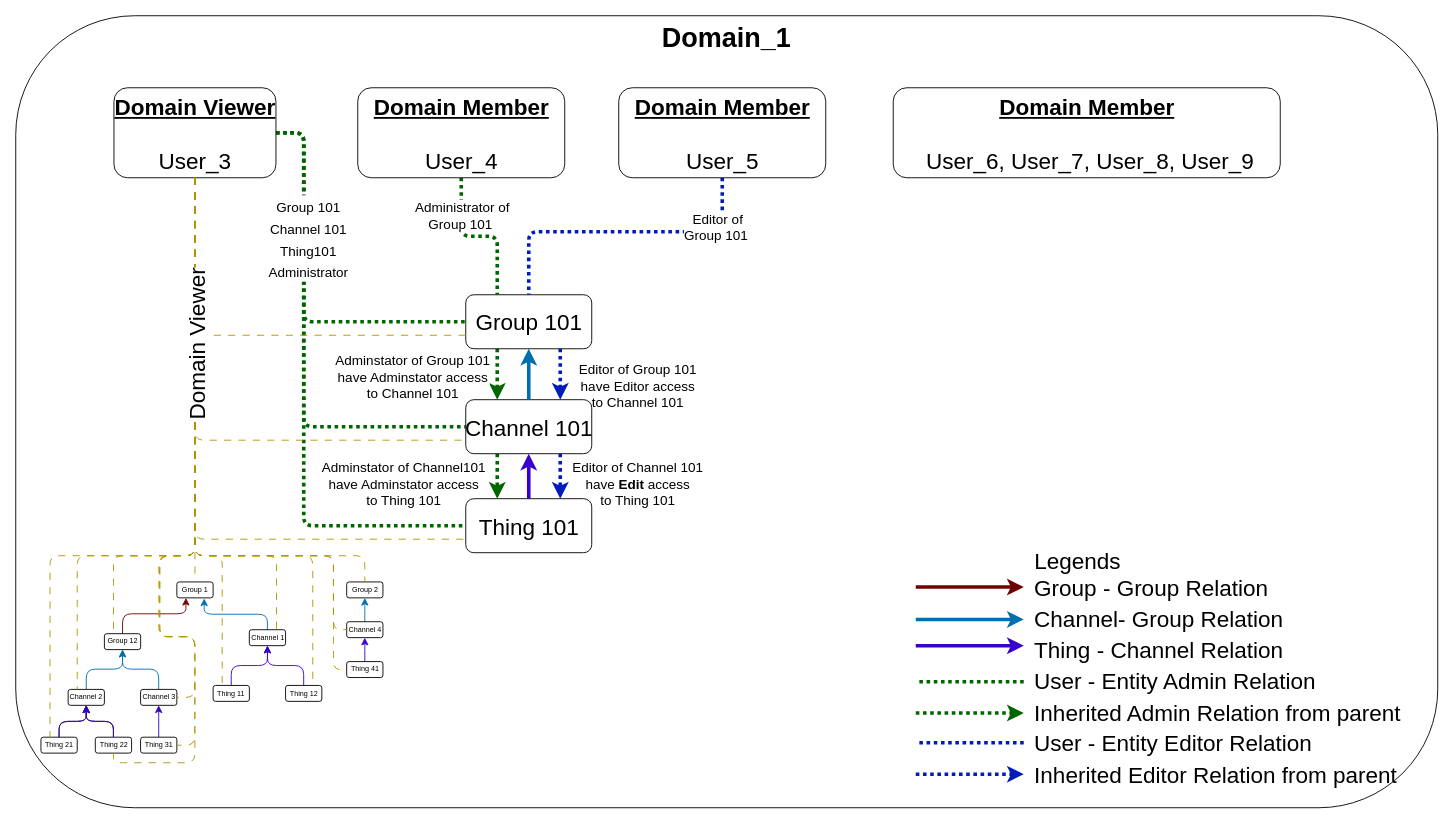
Above: docs/diagrams/group_users_editor.drawio in absmach/supermq-docs (draw.io), before the change. Source tidied: cells renumbered, new cells numbered last; positions are measured from the earlier drawing's top-left corner, leaving out a move shared by most shapes. Both pictures are drawn from the tidied source at 90%, with x=0, y=0 at pixel (15, 15).
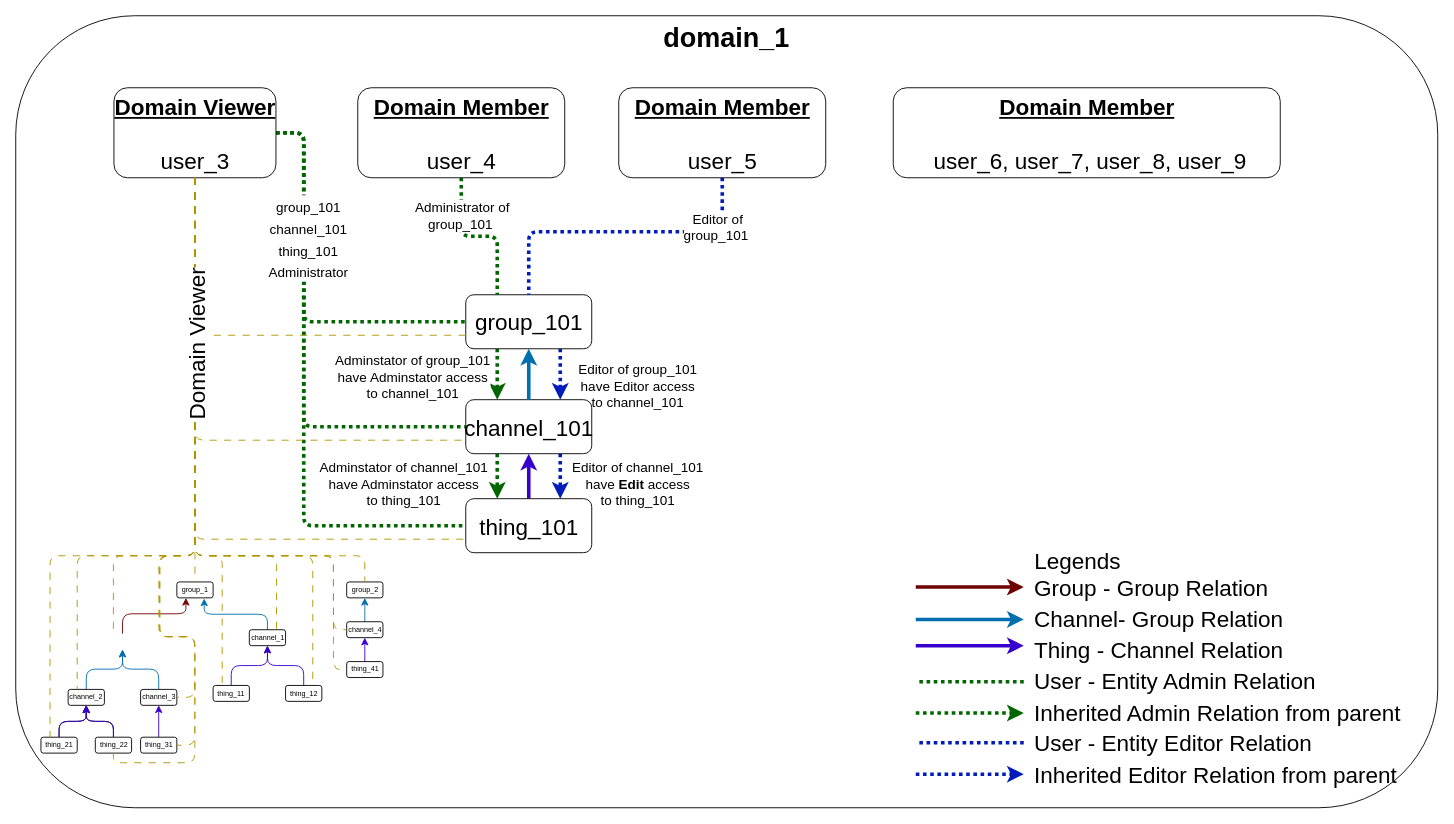
Above is the later version.

Unchanged cells that the change refers to:
```xml
<mxCell id="8" style="group;fontSize=8;" parent="7" vertex="1">
  <mxGeometry x="28" y="607" width="380" height="230" as="geometry" />
</mxCell>
<mxCell id="44" style="edgeStyle=orthogonalEdgeStyle;html=1;entryX=0;entryY=0.5;entryDx=0;entryDy=0;dashed=1;dashPattern=1 1;strokeColor=#006600;strokeWidth=4;fontSize=20;endArrow=none;endFill=0;" parent="35" edge="1" source="46" target="93">
  <mxGeometry relative="1" as="geometry">
    <Array as="points">
      <mxPoint x="320" y="130" />
      <mxPoint x="320" y="567" />
    </Array>
  </mxGeometry>
</mxCell>
<mxCell id="57" style="edgeStyle=orthogonalEdgeStyle;html=1;exitX=0.25;exitY=1;exitDx=0;exitDy=0;entryX=0.25;entryY=0;entryDx=0;entryDy=0;dashed=1;dashPattern=1 1;strokeWidth=4;endArrow=classic;endFill=1;fillColor=#fa6800;strokeColor=#006600;" parent="35" edge="1" source="61" target="66">
  <mxGeometry relative="1" as="geometry" />
</mxCell>
<mxCell id="59" style="edgeStyle=orthogonalEdgeStyle;html=1;exitX=0.75;exitY=1;exitDx=0;exitDy=0;entryX=0.75;entryY=0;entryDx=0;entryDy=0;dashed=1;dashPattern=1 1;strokeWidth=4;fillColor=#0050ef;strokeColor=#001DBC;" parent="35" edge="1" source="61" target="66">
  <mxGeometry relative="1" as="geometry">
    <Array as="points">
      <mxPoint x="605" y="400" />
      <mxPoint x="605" y="400" />
    </Array>
  </mxGeometry>
</mxCell>
<mxCell id="62" style="edgeStyle=orthogonalEdgeStyle;html=1;exitX=0.25;exitY=1;exitDx=0;exitDy=0;entryX=0.25;entryY=0;entryDx=0;entryDy=0;dashed=1;dashPattern=1 1;strokeWidth=4;endArrow=classic;endFill=1;fillColor=#fa6800;strokeColor=#006600;" parent="35" edge="1" source="66" target="93">
  <mxGeometry relative="1" as="geometry" />
</mxCell>
<mxCell id="64" style="edgeStyle=none;html=1;exitX=0.75;exitY=1;exitDx=0;exitDy=0;entryX=0.75;entryY=0;entryDx=0;entryDy=0;fillColor=#0050ef;strokeColor=#001DBC;dashed=1;dashPattern=1 1;strokeWidth=4;" parent="35" edge="1" source="66" target="93">
  <mxGeometry relative="1" as="geometry" />
</mxCell>
<mxCell id="67" style="edgeStyle=orthogonalEdgeStyle;html=1;entryX=0.25;entryY=0;entryDx=0;entryDy=0;dashed=1;dashPattern=1 1;strokeWidth=4;endArrow=none;endFill=0;fillColor=#fa6800;strokeColor=#006600;" parent="35" edge="1" source="69" target="61">
  <mxGeometry relative="1" as="geometry" />
</mxCell>
<mxCell id="70" style="edgeStyle=orthogonalEdgeStyle;html=1;dashed=1;dashPattern=1 1;strokeWidth=4;endArrow=none;endFill=0;fillColor=#0050ef;strokeColor=#001DBC;" parent="35" edge="1" source="72" target="61">
  <mxGeometry relative="1" as="geometry">
    <Array as="points">
      <mxPoint x="785" y="240" />
      <mxPoint x="570" y="240" />
    </Array>
  </mxGeometry>
</mxCell>
```

The edit, as a diff of the source:
```diff
@@
-    <mxCell id="6" value="&lt;font style=&quot;font-size: 30px;&quot;&gt;&lt;b style=&quot;&quot;&gt;Domain_1&lt;/b&gt;&lt;/font&gt;" style="rounded=1;whiteSpace=wrap;html=1;verticalAlign=top;fillColor=default;" parent="5" vertex="1">
+    <mxCell id="6" value="&lt;font style=&quot;font-size: 30px;&quot;&gt;&lt;b style=&quot;&quot;&gt;domain_1&lt;/b&gt;&lt;/font&gt;" style="rounded=1;whiteSpace=wrap;html=1;verticalAlign=top;fillColor=default;" parent="5" vertex="1">
       <mxGeometry width="1580" height="880" as="geometry" />
     </mxCell>
@@
-    <mxCell id="9" value="Group 1" style="rounded=1;html=1;fontSize=8;" parent="8" vertex="1">
+    <mxCell id="9" value="group_1" style="rounded=1;html=1;fontSize=8;" parent="8" vertex="1">
       <mxGeometry x="151" y="22.1" width="40.3" height="17.7" as="geometry" />
     </mxCell>
-    <mxCell id="10" style="edgeStyle=elbowEdgeStyle;rounded=1;elbow=vertical;html=1;entryX=0.25;entryY=1;entryDx=0;entryDy=0;fontSize=8;fillColor=#a20025;strokeColor=#6F0000;" parent="8" edge="1" source="11" target="9">
+    <mxCell id="10" style="edgeStyle=elbowEdgeStyle;rounded=1;elbow=vertical;html=1;entryX=0.25;entryY=1;entryDx=0;entryDy=0;fontSize=8;fillColor=#a20025;strokeColor=#6F0000;" parent="8" edge="1" target="9">
       <mxGeometry relative="1" as="geometry">
+        <mxPoint x="90.6" y="79.6" as="sourcePoint" />
         <Array as="points">
           <mxPoint x="130.9" y="57.5" />
         </Array>
       </mxGeometry>
     </mxCell>
-    <mxCell id="11" value="Group 12" style="rounded=1;whiteSpace=wrap;html=1;fontSize=8;" parent="8" vertex="1">
-      <mxGeometry x="70.5" y="79.6" width="40.3" height="17.7" as="geometry" />
-    </mxCell>
-    <mxCell id="12" style="edgeStyle=elbowEdgeStyle;html=1;entryX=0.5;entryY=1;entryDx=0;entryDy=0;fontSize=8;elbow=vertical;fillColor=#1ba1e2;strokeColor=#006EAF;" parent="8" edge="1" source="13" target="11">
-      <mxGeometry relative="1" as="geometry" />
+    <mxCell id="12" style="edgeStyle=elbowEdgeStyle;html=1;entryX=0.5;entryY=1;entryDx=0;entryDy=0;fontSize=8;elbow=vertical;fillColor=#1ba1e2;strokeColor=#006EAF;" parent="8" edge="1" source="13">
+      <mxGeometry relative="1" as="geometry">
+        <mxPoint x="90.6" y="97.3" as="targetPoint" />
+      </mxGeometry>
     </mxCell>
-    <mxCell id="13" value="Channel 2" style="rounded=1;html=1;fontSize=8;" parent="8" vertex="1">
+    <mxCell id="13" value="channel_2" style="rounded=1;html=1;fontSize=8;" parent="8" vertex="1">
       <mxGeometry x="30.2" y="141.5" width="40.3" height="17.7" as="geometry" />
     </mxCell>
-    <mxCell id="14" style="edgeStyle=elbowEdgeStyle;rounded=1;elbow=vertical;html=1;fontSize=8;fillColor=#1ba1e2;strokeColor=#006EAF;" parent="8" edge="1" source="15" target="11">
-      <mxGeometry relative="1" as="geometry" />
+    <mxCell id="14" style="edgeStyle=elbowEdgeStyle;rounded=1;elbow=vertical;html=1;fontSize=8;fillColor=#1ba1e2;strokeColor=#006EAF;" parent="8" edge="1" source="15">
+      <mxGeometry relative="1" as="geometry">
+        <mxPoint x="90.6" y="97.3" as="targetPoint" />
+      </mxGeometry>
     </mxCell>
-    <mxCell id="15" value="Channel 3" style="rounded=1;html=1;fontSize=8;" parent="8" vertex="1">
+    <mxCell id="15" value="channel_3" style="rounded=1;html=1;fontSize=8;" parent="8" vertex="1">
       <mxGeometry x="110.7" y="141.5" width="40.3" height="17.7" as="geometry" />
     </mxCell>
@@
-    <mxCell id="17" value="Channel 1" style="rounded=1;html=1;fontSize=8;" parent="8" vertex="1">
+    <mxCell id="17" value="channel_1" style="rounded=1;html=1;fontSize=8;" parent="8" vertex="1">
       <mxGeometry x="231.5" y="75.2" width="40.3" height="17.7" as="geometry" />
     </mxCell>
@@
-    <mxCell id="19" value="Thing 11" style="rounded=1;html=1;fontSize=8;" parent="8" vertex="1">
+    <mxCell id="19" value="thing_11" style="rounded=1;html=1;fontSize=8;" parent="8" vertex="1">
       <mxGeometry x="191.3" y="137.1" width="40.3" height="17.7" as="geometry" />
     </mxCell>
@@
-    <mxCell id="21" value="Thing 12" style="rounded=1;html=1;fontSize=8;" parent="8" vertex="1">
+    <mxCell id="21" value="thing_12" style="rounded=1;html=1;fontSize=8;" parent="8" vertex="1">
       <mxGeometry x="271.8" y="137.1" width="40.3" height="17.7" as="geometry" />
     </mxCell>
@@
-    <mxCell id="23" value="Thing 21" style="rounded=1;html=1;fontSize=8;" parent="8" vertex="1">
+    <mxCell id="23" value="thing_21" style="rounded=1;html=1;fontSize=8;" parent="8" vertex="1">
       <mxGeometry y="194.6" width="40.3" height="17.7" as="geometry" />
     </mxCell>
@@
-    <mxCell id="25" value="Thing 22" style="rounded=1;html=1;fontSize=8;" parent="8" vertex="1">
+    <mxCell id="25" value="thing_22" style="rounded=1;html=1;fontSize=8;" parent="8" vertex="1">
       <mxGeometry x="60.4" y="194.6" width="40.3" height="17.7" as="geometry" />
     </mxCell>
@@
-    <mxCell id="27" value="Thing 31" style="rounded=1;html=1;fontSize=8;" parent="8" vertex="1">
+    <mxCell id="27" value="thing_31" style="rounded=1;html=1;fontSize=8;" parent="8" vertex="1">
       <mxGeometry x="110.7" y="194.6" width="40.3" height="17.7" as="geometry" />
     </mxCell>
@@
-    <mxCell id="30" value="Group 2" style="rounded=1;html=1;fontSize=8;" parent="8" vertex="1">
+    <mxCell id="30" value="group_2" style="rounded=1;html=1;fontSize=8;" parent="8" vertex="1">
       <mxGeometry x="339.7" y="22.1" width="40.3" height="17.7" as="geometry" />
     </mxCell>
@@
-    <mxCell id="32" value="Channel 4" style="rounded=1;html=1;fontSize=8;" parent="8" vertex="1">
+    <mxCell id="32" value="channel_4" style="rounded=1;html=1;fontSize=8;" parent="8" vertex="1">
       <mxGeometry x="339.7" y="66.3" width="40.3" height="17.7" as="geometry" />
     </mxCell>
@@
-    <mxCell id="34" value="Thing 41" style="rounded=1;html=1;fontSize=8;" parent="8" vertex="1">
+    <mxCell id="34" value="thing_41" style="rounded=1;html=1;fontSize=8;" parent="8" vertex="1">
       <mxGeometry x="339.7" y="110.6" width="40.3" height="17.7" as="geometry" />
     </mxCell>
@@
-    <mxCell id="38" value="&lt;font style=&quot;font-size: 25px;&quot;&gt;&lt;b&gt;&lt;u&gt;Domain Member&lt;/u&gt;&lt;/b&gt;&lt;br&gt;&lt;br&gt;&amp;nbsp;User_6, User_7, User_8, User_9&lt;/font&gt;" style="rounded=1;html=1;fontSize=25;verticalAlign=top;" parent="35" vertex="1">
+    <mxCell id="38" value="&lt;font style=&quot;font-size: 25px;&quot;&gt;&lt;b&gt;&lt;u&gt;Domain Member&lt;/u&gt;&lt;/b&gt;&lt;br&gt;&lt;br&gt;&amp;nbsp;user_6, user_7, user_8, user_9&lt;/font&gt;" style="rounded=1;html=1;fontSize=25;verticalAlign=top;" parent="35" vertex="1">
       <mxGeometry x="975" y="80" width="430" height="100" as="geometry" />
     </mxCell>
@@
-    <mxCell id="45" value="&lt;span style=&quot;font-size: 15px;&quot;&gt;Group 101&lt;/span&gt;&lt;br style=&quot;font-size: 15px;&quot;&gt;&lt;span style=&quot;font-size: 15px;&quot;&gt;Channel 101&lt;/span&gt;&lt;br style=&quot;font-size: 15px;&quot;&gt;&lt;span style=&quot;font-size: 15px;&quot;&gt;Thing101&lt;/span&gt;&lt;br style=&quot;font-size: 15px;&quot;&gt;&lt;span style=&quot;font-size: 15px;&quot;&gt;Administrator&lt;/span&gt;" style="edgeLabel;html=1;align=center;verticalAlign=middle;fontSize=20;" parent="44" vertex="1">
+    <mxCell id="45" value="&lt;span style=&quot;font-size: 15px;&quot;&gt;group_101&lt;/span&gt;&lt;br style=&quot;font-size: 15px;&quot;&gt;&lt;span style=&quot;font-size: 15px;&quot;&gt;channel_101&lt;/span&gt;&lt;br style=&quot;font-size: 15px;&quot;&gt;&lt;span style=&quot;font-size: 15px;&quot;&gt;thing_101&lt;/span&gt;&lt;br style=&quot;font-size: 15px;&quot;&gt;&lt;span style=&quot;font-size: 15px;&quot;&gt;Administrator&lt;/span&gt;" style="edgeLabel;html=1;align=center;verticalAlign=middle;fontSize=20;" parent="44" vertex="1">
       <mxGeometry x="-0.53" y="4" relative="1" as="geometry">
         <mxPoint y="-5" as="offset" />
       </mxGeometry>
     </mxCell>
-    <mxCell id="46" value="&lt;font style=&quot;font-size: 25px;&quot;&gt;&lt;b&gt;&lt;u&gt;Domain Viewer&lt;/u&gt;&lt;/b&gt;&lt;br&gt;&lt;br&gt;User_3&lt;/font&gt;" style="rounded=1;html=1;fontSize=25;verticalAlign=top;" parent="35" vertex="1">
+    <mxCell id="46" value="&lt;font style=&quot;font-size: 25px;&quot;&gt;&lt;b&gt;&lt;u&gt;Domain Viewer&lt;/u&gt;&lt;/b&gt;&lt;br&gt;&lt;br&gt;user_3&lt;/font&gt;" style="rounded=1;html=1;fontSize=25;verticalAlign=top;" parent="35" vertex="1">
       <mxGeometry x="109.1" y="80" width="180" height="100" as="geometry" />
     </mxCell>
@@
-    <mxCell id="49" style="edgeStyle=orthogonalEdgeStyle;rounded=1;elbow=vertical;html=1;entryX=0.25;entryY=0;entryDx=0;entryDy=0;dashed=1;dashPattern=8 8;strokeColor=#B09500;fontSize=25;startArrow=none;startFill=0;endArrow=none;endFill=0;fillColor=#e3c800;" parent="35" edge="1" source="46" target="11">
+    <mxCell id="49" style="edgeStyle=orthogonalEdgeStyle;rounded=1;elbow=vertical;html=1;entryX=0.25;entryY=0;entryDx=0;entryDy=0;dashed=1;dashPattern=8 8;strokeColor=#B09500;fontSize=25;startArrow=none;startFill=0;endArrow=none;endFill=0;fillColor=#e3c800;" parent="35" edge="1" source="46">
       <mxGeometry relative="1" as="geometry">
+        <mxPoint x="108.5" y="686.6" as="targetPoint" />
         <Array as="points">
           <mxPoint x="199" y="600" />
           <mxPoint x="109" y="600" />
         </Array>
       </mxGeometry>
     </mxCell>
@@
-    <mxCell id="58" value="Adminstator of Group 101 &lt;br&gt;have Adminstator access &lt;br&gt;to Channel 101" style="edgeLabel;html=1;align=center;verticalAlign=middle;fontSize=15;" parent="57" vertex="1">
+    <mxCell id="58" value="Adminstator of group_101 &lt;br&gt;have Adminstator access &lt;br&gt;to channel_101" style="edgeLabel;html=1;align=center;verticalAlign=middle;fontSize=15;" parent="57" vertex="1">
       <mxGeometry x="-0.13" relative="1" as="geometry">
         <mxPoint x="-95" y="5" as="offset" />
       </mxGeometry>
     </mxCell>
@@
-    <mxCell id="60" value="&lt;span style=&quot;font-size: 15px;&quot;&gt;Editor of Group 101&lt;/span&gt;&lt;br style=&quot;font-size: 15px;&quot;&gt;&lt;span style=&quot;font-size: 15px;&quot;&gt;have&amp;nbsp;&lt;/span&gt;&lt;span style=&quot;font-size: 15px;&quot;&gt;Editor&amp;nbsp;&lt;/span&gt;&lt;span style=&quot;font-size: 15px;&quot;&gt;access&lt;/span&gt;&lt;br style=&quot;font-size: 15px;&quot;&gt;&lt;span style=&quot;font-size: 15px;&quot;&gt;to Channel 101&lt;/span&gt;" style="edgeLabel;html=1;align=center;verticalAlign=middle;" parent="59" vertex="1">
+    <mxCell id="60" value="&lt;span style=&quot;font-size: 15px;&quot;&gt;Editor of group_101&lt;/span&gt;&lt;br style=&quot;font-size: 15px;&quot;&gt;&lt;span style=&quot;font-size: 15px;&quot;&gt;have&amp;nbsp;&lt;/span&gt;&lt;span style=&quot;font-size: 15px;&quot;&gt;Editor&amp;nbsp;&lt;/span&gt;&lt;span style=&quot;font-size: 15px;&quot;&gt;access&lt;/span&gt;&lt;br style=&quot;font-size: 15px;&quot;&gt;&lt;span style=&quot;font-size: 15px;&quot;&gt;to channel_101&lt;/span&gt;" style="edgeLabel;html=1;align=center;verticalAlign=middle;" parent="59" vertex="1">
       <mxGeometry x="-0.26" y="1" relative="1" as="geometry">
         <mxPoint x="84" y="19" as="offset" />
       </mxGeometry>
     </mxCell>
-    <mxCell id="61" value="Group 101" style="rounded=1;html=1;fontSize=25;" parent="35" vertex="1">
+    <mxCell id="61" value="group_101" style="rounded=1;html=1;fontSize=25;" parent="35" vertex="1">
       <mxGeometry x="500" y="310" width="140" height="60" as="geometry" />
     </mxCell>
@@
-    <mxCell id="63" value="Adminstator of Channel101&lt;br&gt;have Adminstator access&lt;br&gt;to Thing 101" style="edgeLabel;html=1;align=center;verticalAlign=middle;fontSize=15;" parent="62" vertex="1">
+    <mxCell id="63" value="Adminstator of channel_101&lt;br&gt;have Adminstator access&lt;br&gt;to thing_101" style="edgeLabel;html=1;align=center;verticalAlign=middle;fontSize=15;" parent="62" vertex="1">
       <mxGeometry x="-0.19" y="-1" relative="1" as="geometry">
         <mxPoint x="-104" y="13" as="offset" />
       </mxGeometry>
     </mxCell>
@@
-    <mxCell id="65" value="&lt;span style=&quot;font-size: 15px;&quot;&gt;Editor of Channel 101&lt;/span&gt;&lt;br style=&quot;font-size: 15px;&quot;&gt;&lt;span style=&quot;font-size: 15px;&quot;&gt;have &lt;b&gt;Edit&amp;nbsp;&lt;/b&gt;&lt;/span&gt;&lt;span style=&quot;font-size: 15px;&quot;&gt;access&lt;/span&gt;&lt;br style=&quot;font-size: 15px;&quot;&gt;&lt;span style=&quot;font-size: 15px;&quot;&gt;to Thing 101&lt;/span&gt;" style="edgeLabel;html=1;align=center;verticalAlign=middle;" parent="64" vertex="1">
+    <mxCell id="65" value="&lt;span style=&quot;font-size: 15px;&quot;&gt;Editor of channel_101&lt;/span&gt;&lt;br style=&quot;font-size: 15px;&quot;&gt;&lt;span style=&quot;font-size: 15px;&quot;&gt;have &lt;b&gt;Edit&amp;nbsp;&lt;/b&gt;&lt;/span&gt;&lt;span style=&quot;font-size: 15px;&quot;&gt;access&lt;/span&gt;&lt;br style=&quot;font-size: 15px;&quot;&gt;&lt;span style=&quot;font-size: 15px;&quot;&gt;to thing_101&lt;/span&gt;" style="edgeLabel;html=1;align=center;verticalAlign=middle;" parent="64" vertex="1">
       <mxGeometry x="-0.4" y="1" relative="1" as="geometry">
         <mxPoint x="84" y="18" as="offset" />
       </mxGeometry>
     </mxCell>
-    <mxCell id="66" value="Channel 101" style="rounded=1;html=1;fontSize=25;" parent="35" vertex="1">
+    <mxCell id="66" value="channel_101" style="rounded=1;html=1;fontSize=25;" parent="35" vertex="1">
       <mxGeometry x="500" y="426.6" width="140" height="60" as="geometry" />
     </mxCell>
@@
-    <mxCell id="68" value="&lt;font style=&quot;font-size: 15px;&quot;&gt;&lt;font style=&quot;font-size: 15px;&quot;&gt;&amp;nbsp;Administrator of&amp;nbsp;&lt;br&gt;&lt;/font&gt;Group 101&amp;nbsp;&lt;/font&gt;" style="edgeLabel;html=1;align=center;verticalAlign=middle;" parent="67" vertex="1">
+    <mxCell id="68" value="&lt;font style=&quot;font-size: 15px;&quot;&gt;&lt;font style=&quot;font-size: 15px;&quot;&gt;&amp;nbsp;Administrator of&amp;nbsp;&lt;br&gt;&lt;/font&gt;group_101&amp;nbsp;&lt;/font&gt;" style="edgeLabel;html=1;align=center;verticalAlign=middle;" parent="67" vertex="1">
       <mxGeometry x="0.42" y="1" relative="1" as="geometry">
         <mxPoint x="-41" y="-40" as="offset" />
       </mxGeometry>
     </mxCell>
-    <mxCell id="69" value="&lt;font style=&quot;font-size: 25px;&quot;&gt;&lt;b&gt;&lt;u&gt;Domain Member&lt;/u&gt;&lt;/b&gt;&lt;br&gt;&lt;br&gt;User_4&lt;/font&gt;" style="rounded=1;html=1;fontSize=25;verticalAlign=top;" parent="35" vertex="1">
+    <mxCell id="69" value="&lt;font style=&quot;font-size: 25px;&quot;&gt;&lt;b&gt;&lt;u&gt;Domain Member&lt;/u&gt;&lt;/b&gt;&lt;br&gt;&lt;br&gt;user_4&lt;/font&gt;" style="rounded=1;html=1;fontSize=25;verticalAlign=top;" parent="35" vertex="1">
       <mxGeometry x="380" y="80" width="230" height="100" as="geometry" />
     </mxCell>
@@
-    <mxCell id="71" value="&lt;font style=&quot;font-size: 15px;&quot;&gt;&amp;nbsp;Editor of&amp;nbsp;&lt;br&gt;&lt;/font&gt;&lt;span style=&quot;font-size: 15px;&quot;&gt;Group 101&amp;nbsp;&lt;/span&gt;" style="edgeLabel;html=1;align=center;verticalAlign=middle;" parent="70" vertex="1">
+    <mxCell id="71" value="&lt;font style=&quot;font-size: 15px;&quot;&gt;&amp;nbsp;Editor of&amp;nbsp;&lt;br&gt;&lt;/font&gt;&lt;span style=&quot;font-size: 15px;&quot;&gt;group_101&amp;nbsp;&lt;/span&gt;" style="edgeLabel;html=1;align=center;verticalAlign=middle;" parent="70" vertex="1">
       <mxGeometry x="-0.62" y="-6" relative="1" as="geometry" />
     </mxCell>
-    <mxCell id="72" value="&lt;font style=&quot;font-size: 25px;&quot;&gt;&lt;b&gt;&lt;u&gt;Domain Member&lt;/u&gt;&lt;/b&gt;&lt;br&gt;&lt;br&gt;User_5&lt;/font&gt;" style="rounded=1;html=1;fontSize=25;verticalAlign=top;" parent="35" vertex="1">
+    <mxCell id="72" value="&lt;font style=&quot;font-size: 25px;&quot;&gt;&lt;b&gt;&lt;u&gt;Domain Member&lt;/u&gt;&lt;/b&gt;&lt;br&gt;&lt;br&gt;user_5&lt;/font&gt;" style="rounded=1;html=1;fontSize=25;verticalAlign=top;" parent="35" vertex="1">
       <mxGeometry x="670" y="80" width="230" height="100" as="geometry" />
     </mxCell>
@@
-    <mxCell id="93" value="Thing 101" style="rounded=1;html=1;fontSize=25;" parent="91" vertex="1">
+    <mxCell id="93" value="thing_101" style="rounded=1;html=1;fontSize=25;" parent="91" vertex="1">
       <mxGeometry x="500" y="536.6" width="140" height="60" as="geometry" />
     </mxCell>
```
